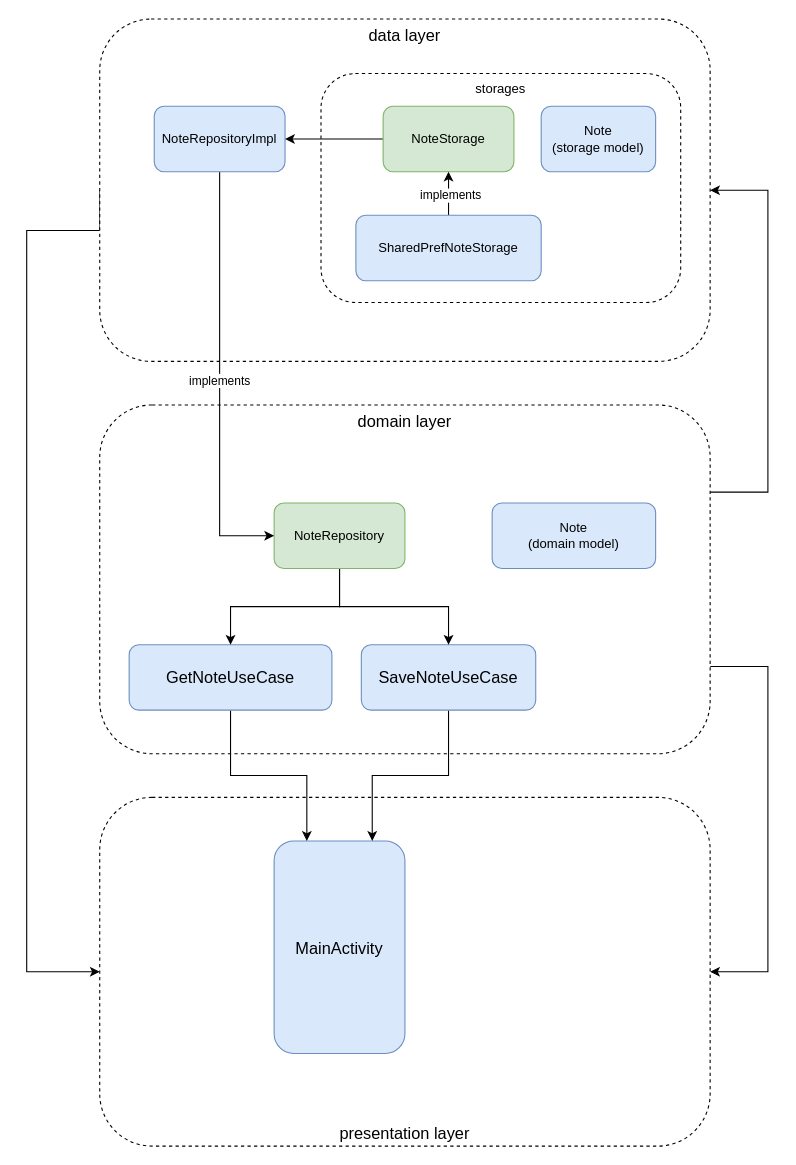
Before: architecture diagram.drawio in vlatrof/android-clean-architecture-demo, a draw.io diagram. Source tidied: cells renumbered, new cells numbered last; positions are measured from the earlier drawing's top-left corner, leaving out a move shared by most shapes. Both pictures are drawn from the tidied source at 109%, with x=0, y=0 at pixel (26, 19).
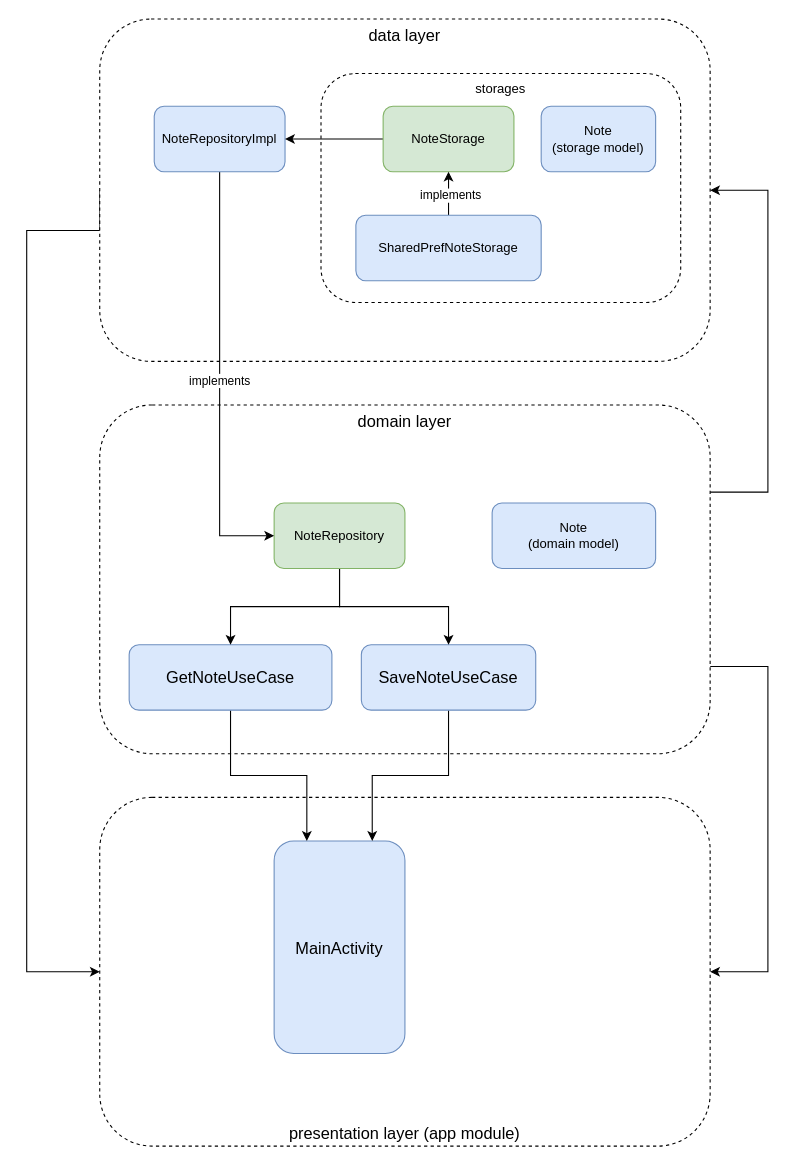
The same page after the edit.

The edit, as a diff of the source:
```diff
@@
-    <mxCell id="7" value="presentation layer" style="rounded=1;whiteSpace=wrap;html=1;verticalAlign=bottom;fontSize=15;dashed=1;" parent="1" vertex="1">
+    <mxCell id="7" value="presentation layer (app module)" style="rounded=1;whiteSpace=wrap;html=1;verticalAlign=bottom;fontSize=15;dashed=1;" parent="1" vertex="1">
       <mxGeometry x="67" y="714" width="560" height="320" as="geometry" />
     </mxCell>
```
